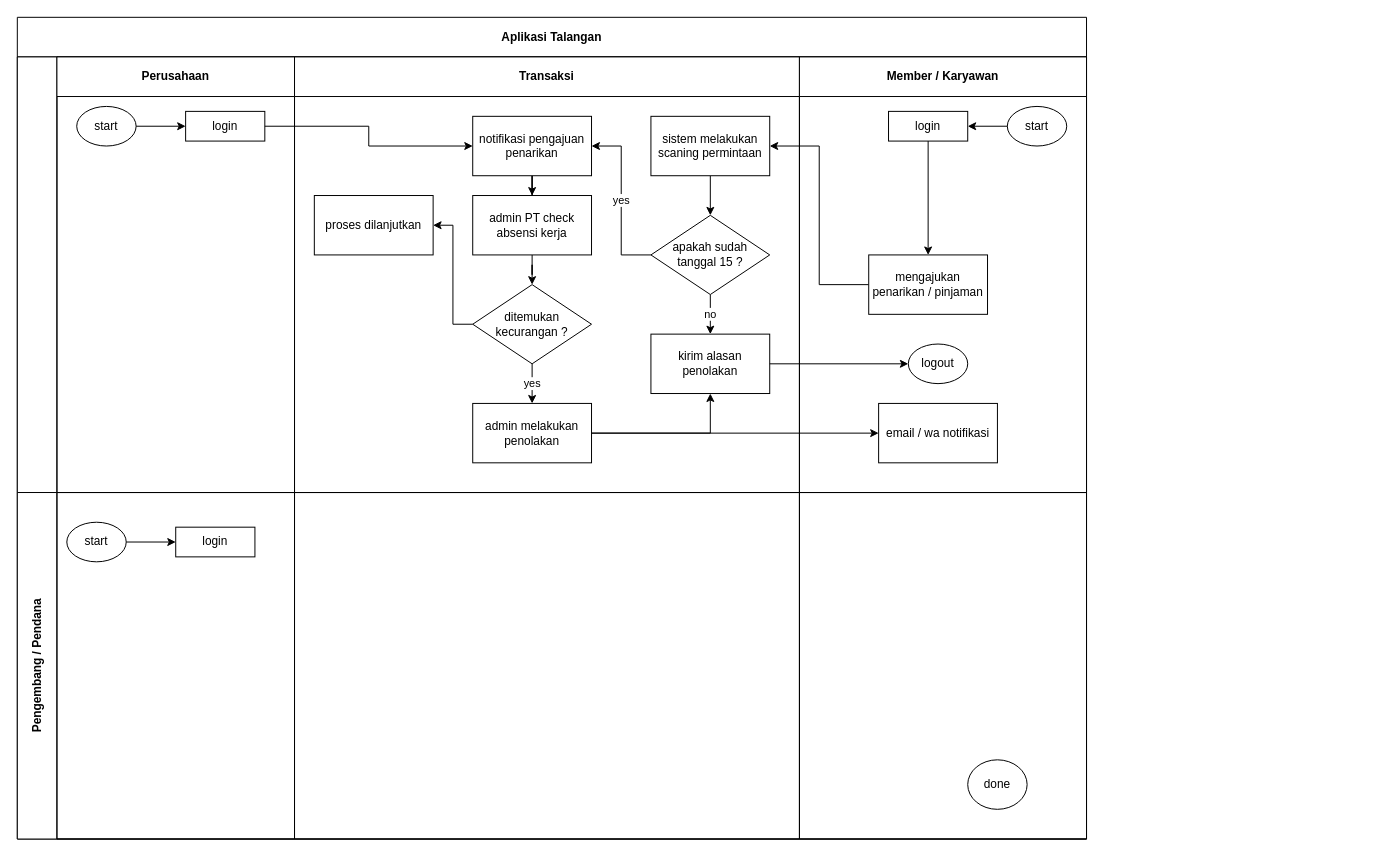
taufik22/LARAVEL-AIRPUTIH keeps this draw.io diagram as Transaksi Aplikasi Diagram.drawio. Above is the earlier version. Source tidied: cells renumbered, new cells numbered last; positions are measured from the earlier drawing's top-left corner, leaving out a move shared by most shapes. Both pictures are drawn from the tidied source at 99%, with x=0, y=0 at pixel (17, 17).
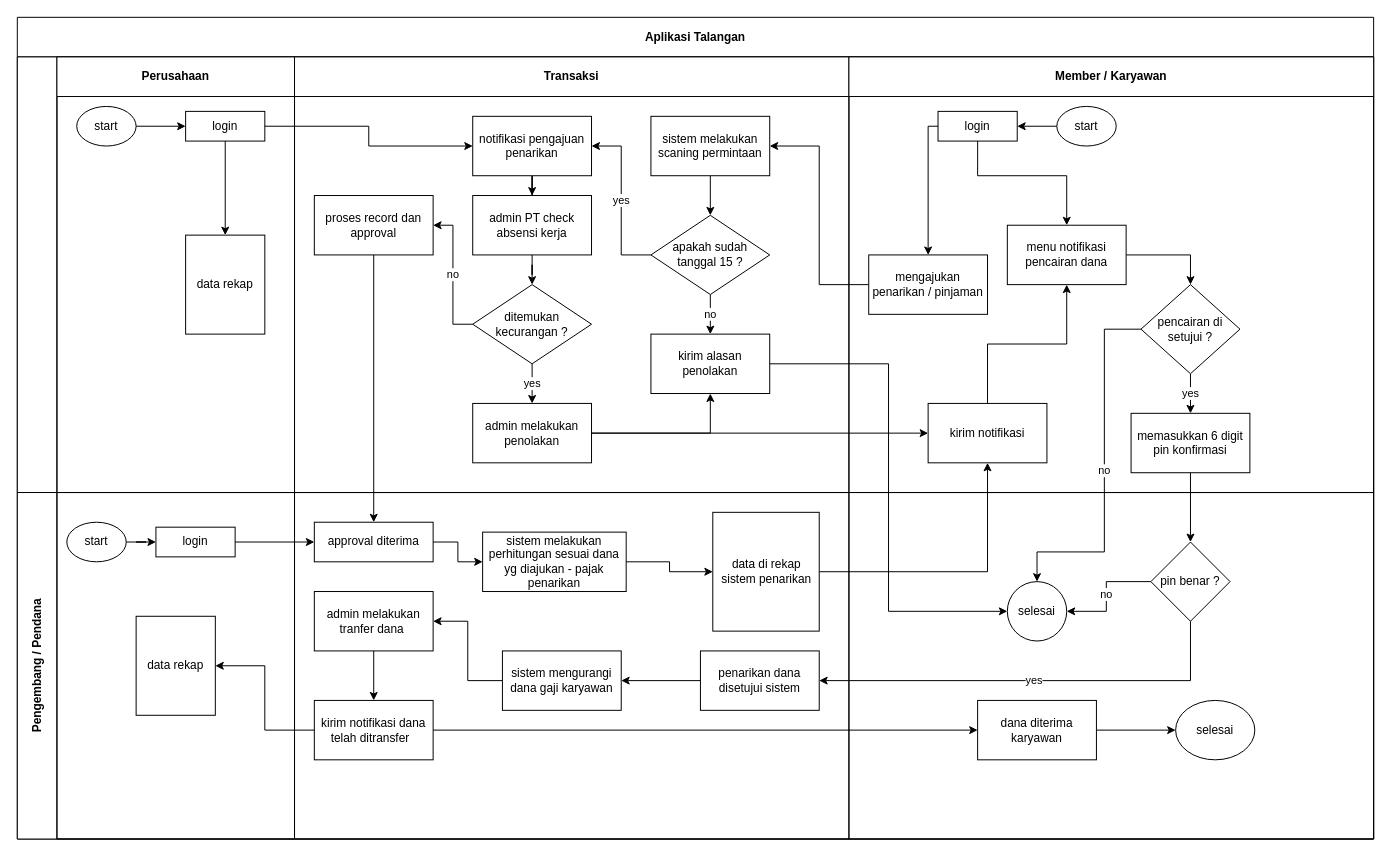
The same diagram, later.

The change refers to these unchanged cells:
```xml
<mxCell id="4" value="Perusahaan" style="swimlane;startSize=40;html=1;whiteSpace=wrap;" parent="3" vertex="1">
  <mxGeometry x="40" width="240" height="440" as="geometry" />
</mxCell>
<mxCell id="6" value="login" style="whiteSpace=wrap;html=1;" parent="4" vertex="1">
  <mxGeometry x="130" y="55" width="80" height="30" as="geometry" />
</mxCell>
<mxCell id="19" value="ditemukan kecurangan ?" style="rhombus;whiteSpace=wrap;html=1;" parent="8" vertex="1">
  <mxGeometry x="180" y="230" width="120" height="80" as="geometry" />
</mxCell>
<mxCell id="21" value="kirim alasan penolakan" style="whiteSpace=wrap;html=1;" parent="8" vertex="1">
  <mxGeometry x="360" y="280" width="120" height="60" as="geometry" />
</mxCell>
<mxCell id="27" value="login" style="whiteSpace=wrap;html=1;" parent="25" vertex="1">
  <mxGeometry x="90" y="55" width="80" height="30" as="geometry" />
</mxCell>
<mxCell id="35" style="swimlane;startSize=0;html=1;whiteSpace=wrap;" parent="34" vertex="1">
  <mxGeometry x="40" width="240" height="350" as="geometry" />
</mxCell>
<mxCell id="43" value="mengajukan penarikan / pinjaman" style="whiteSpace=wrap;html=1;" parent="1" vertex="1">
  <mxGeometry x="860" y="240" width="120" height="60" as="geometry" />
</mxCell>
```

Change to the diagram source:
```diff
@@
     <mxCell id="2" value="Aplikasi Talangan" style="shape=table;childLayout=tableLayout;rowLines=0;columnLines=0;startSize=40;html=1;whiteSpace=wrap;fontStyle=1;" parent="1" vertex="1">
-      <mxGeometry width="1080" height="830" as="geometry" />
+      <mxGeometry width="1370" height="830" as="geometry" />
     </mxCell>
     <mxCell id="3" style="swimlane;horizontal=0;startSize=40;html=1;whiteSpace=wrap;" parent="2" vertex="1">
-      <mxGeometry y="40" width="1080" height="440" as="geometry" />
+      <mxGeometry y="40" width="1370" height="440" as="geometry" />
     </mxCell>
@@
+    <mxCell id="45" value="data rekap" style="whiteSpace=wrap;html=1;" parent="4" vertex="1">
+      <mxGeometry x="130" y="180" width="80" height="100" as="geometry" />
+    </mxCell>
+    <mxCell id="46" style="edgeStyle=orthogonalEdgeStyle;rounded=0;jettySize=auto;html=1;" parent="4" edge="1" source="6" target="45">
+      <mxGeometry relative="1" as="geometry" />
+    </mxCell>
     <mxCell id="8" value="Transaksi" style="swimlane;startSize=40;html=1;whiteSpace=wrap;" parent="3" vertex="1">
-      <mxGeometry x="280" width="510" height="440" as="geometry" />
+      <mxGeometry x="280" width="560" height="440" as="geometry" />
     </mxCell>
@@
-    <mxCell id="23" value="proses dilanjutkan" style="whiteSpace=wrap;html=1;" parent="8" vertex="1">
+    <mxCell id="23" value="proses record dan approval" style="whiteSpace=wrap;html=1;" parent="8" vertex="1">
       <mxGeometry x="20" y="140" width="120" height="60" as="geometry" />
     </mxCell>
-    <mxCell id="24" style="edgeStyle=orthogonalEdgeStyle;rounded=0;jettySize=auto;html=1;entryX=1;entryY=0.5;entryDx=0;entryDy=0;" parent="8" edge="1" source="19" target="23">
-      <mxGeometry relative="1" as="geometry" />
+    <mxCell id="24" value="no" style="edgeStyle=orthogonalEdgeStyle;rounded=0;jettySize=auto;html=1;entryX=1;entryY=0.5;entryDx=0;entryDy=0;" parent="8" edge="1" source="19" target="23">
+      <mxGeometry relative="1" as="geometry">
+        <Array as="points">
+          <mxPoint x="160" y="270" />
+          <mxPoint x="160" y="170" />
+        </Array>
+      </mxGeometry>
     </mxCell>
+    <mxCell id="47" style="edgeStyle=orthogonalEdgeStyle;rounded=0;orthogonalLoop=1;jettySize=auto;html=1;exitX=0.5;exitY=1;exitDx=0;exitDy=0;" parent="8" edge="1" source="23" target="23">
+      <mxGeometry relative="1" as="geometry" />
+    </mxCell>
     <mxCell id="25" value="Member / Karyawan" style="swimlane;startSize=40;html=1;whiteSpace=wrap;" parent="3" vertex="1">
-      <mxGeometry x="790" width="290" height="440" as="geometry" />
+      <mxGeometry x="840" width="530" height="440" as="geometry" />
     </mxCell>
@@
+    <mxCell id="48" style="edgeStyle=orthogonalEdgeStyle;rounded=0;jettySize=auto;html=1;entryX=0.5;entryY=0;entryDx=0;entryDy=0;" parent="25" edge="1" source="27" target="51">
+      <mxGeometry relative="1" as="geometry">
+        <Array as="points">
+          <mxPoint x="130" y="120" />
+          <mxPoint x="220" y="120" />
+        </Array>
+      </mxGeometry>
+    </mxCell>
@@
-    <mxCell id="29" value="logout" style="ellipse;whiteSpace=wrap;html=1;" parent="25" vertex="1">
-      <mxGeometry x="110" y="290" width="60" height="40" as="geometry" />
-    </mxCell>
+    <mxCell id="49" style="edgeStyle=orthogonalEdgeStyle;rounded=0;jettySize=auto;html=1;entryX=0.5;entryY=1;entryDx=0;entryDy=0;" parent="25" edge="1" source="30" target="51">
+      <mxGeometry relative="1" as="geometry" />
+    </mxCell>
-    <mxCell id="30" value="email / wa notifikasi" style="whiteSpace=wrap;html=1;" parent="25" vertex="1">
+    <mxCell id="30" value="kirim notifikasi" style="whiteSpace=wrap;html=1;" parent="25" vertex="1">
       <mxGeometry x="80" y="350" width="120" height="60" as="geometry" />
     </mxCell>
+    <mxCell id="50" style="edgeStyle=orthogonalEdgeStyle;rounded=0;jettySize=auto;html=1;entryX=0.5;entryY=0;entryDx=0;entryDy=0;" parent="25" edge="1" source="51" target="53">
+      <mxGeometry relative="1" as="geometry" />
+    </mxCell>
+    <mxCell id="51" value="menu notifikasi pencairan dana" style="whiteSpace=wrap;html=1;" parent="25" vertex="1">
+      <mxGeometry x="160" y="170" width="120" height="60" as="geometry" />
+    </mxCell>
+    <mxCell id="52" value="yes" style="edgeStyle=orthogonalEdgeStyle;rounded=0;jettySize=auto;html=1;entryX=0.5;entryY=0;entryDx=0;entryDy=0;" parent="25" edge="1" source="53" target="54">
+      <mxGeometry relative="1" as="geometry" />
+    </mxCell>
+    <mxCell id="53" value="pencairan di setujui ?" style="rhombus;whiteSpace=wrap;html=1;" parent="25" vertex="1">
+      <mxGeometry x="295" y="230" width="100" height="90" as="geometry" />
+    </mxCell>
+    <mxCell id="54" value="memasukkan 6 digit pin konfirmasi" style="whiteSpace=wrap;html=1;" parent="25" vertex="1">
+      <mxGeometry x="285" y="360" width="120" height="60" as="geometry" />
+    </mxCell>
@@
-    <mxCell id="32" style="edgeStyle=orthogonalEdgeStyle;rounded=0;jettySize=auto;html=1;entryX=0;entryY=0.5;entryDx=0;entryDy=0;" parent="3" edge="1" source="21" target="29">
-      <mxGeometry relative="1" as="geometry" />
-    </mxCell>
@@
     <mxCell id="34" value="Pengembang / Pendana" style="swimlane;horizontal=0;startSize=40;html=1;whiteSpace=wrap;" parent="2" vertex="1">
-      <mxGeometry y="480" width="1080" height="350" as="geometry" />
+      <mxGeometry y="480" width="1370" height="350" as="geometry" />
     </mxCell>
@@
     <mxCell id="38" value="login" style="whiteSpace=wrap;html=1;" parent="35" vertex="1">
-      <mxGeometry x="120" y="35" width="80" height="30" as="geometry" />
+      <mxGeometry x="100" y="35" width="80" height="30" as="geometry" />
     </mxCell>
+    <mxCell id="55" value="data rekap" style="whiteSpace=wrap;html=1;" parent="35" vertex="1">
+      <mxGeometry x="80" y="125" width="80" height="100" as="geometry" />
+    </mxCell>
     <mxCell id="39" style="swimlane;startSize=0;html=1;whiteSpace=wrap;" parent="34" vertex="1">
-      <mxGeometry x="280" width="510" height="350" as="geometry" />
+      <mxGeometry x="280" width="560" height="350" as="geometry" />
     </mxCell>
+    <mxCell id="56" value="approval diterima" style="whiteSpace=wrap;html=1;" parent="39" vertex="1">
+      <mxGeometry x="20" y="30" width="120" height="40" as="geometry" />
+    </mxCell>
+    <mxCell id="57" value="sistem melakukan perhitungan sesuai dana yg diajukan - pajak penarikan" style="whiteSpace=wrap;html=1;" parent="39" vertex="1">
+      <mxGeometry x="190" y="40" width="145" height="60" as="geometry" />
+    </mxCell>
+    <mxCell id="58" style="edgeStyle=orthogonalEdgeStyle;rounded=0;jettySize=auto;html=1;" parent="39" edge="1" source="56" target="57">
+      <mxGeometry relative="1" as="geometry" />
+    </mxCell>
+    <mxCell id="59" value="penarikan dana disetujui sistem" style="whiteSpace=wrap;html=1;" parent="39" vertex="1">
+      <mxGeometry x="410" y="160" width="120" height="60" as="geometry" />
+    </mxCell>
+    <mxCell id="60" value="kirim notifikasi dana telah ditransfer&amp;nbsp;&amp;nbsp;" style="whiteSpace=wrap;html=1;" parent="39" vertex="1">
+      <mxGeometry x="20" y="210" width="120" height="60" as="geometry" />
+    </mxCell>
+    <mxCell id="61" value="admin melakukan tranfer dana&amp;nbsp;" style="whiteSpace=wrap;html=1;" parent="39" vertex="1">
+      <mxGeometry x="20" y="100" width="120" height="60" as="geometry" />
+    </mxCell>
+    <mxCell id="62" style="edgeStyle=orthogonalEdgeStyle;rounded=0;jettySize=auto;html=1;" parent="39" edge="1" source="61" target="60">
+      <mxGeometry relative="1" as="geometry" />
+    </mxCell>
     <mxCell id="40" style="swimlane;startSize=0;html=1;whiteSpace=wrap;" parent="34" vertex="1">
-      <mxGeometry x="790" width="290" height="350" as="geometry" />
+      <mxGeometry x="840" width="530" height="350" as="geometry" />
     </mxCell>
-    <mxCell id="41" value="done" style="ellipse;whiteSpace=wrap;html=1;" parent="40" vertex="1">
-      <mxGeometry x="170" y="270" width="60" height="50" as="geometry" />
-    </mxCell>
+    <mxCell id="29" value="selesai" style="ellipse;whiteSpace=wrap;html=1;" parent="40" vertex="1">
+      <mxGeometry x="160" y="90" width="60" height="60" as="geometry" />
+    </mxCell>
+    <mxCell id="63" value="no" style="edgeStyle=orthogonalEdgeStyle;rounded=0;jettySize=auto;html=1;entryX=1;entryY=0.5;entryDx=0;entryDy=0;" parent="40" edge="1" source="64" target="29">
+      <mxGeometry relative="1" as="geometry">
+        <Array as="points">
+          <mxPoint x="260" y="90" />
+          <mxPoint x="260" y="120" />
+        </Array>
+      </mxGeometry>
+    </mxCell>
+    <mxCell id="64" value="pin benar ?" style="rhombus;whiteSpace=wrap;html=1;" parent="40" vertex="1">
+      <mxGeometry x="305" y="50" width="80" height="80" as="geometry" />
+    </mxCell>
+    <mxCell id="65" value="dana diterima karyawan" style="whiteSpace=wrap;html=1;" parent="40" vertex="1">
+      <mxGeometry x="130" y="210" width="120" height="60" as="geometry" />
+    </mxCell>
+    <mxCell id="66" style="edgeStyle=orthogonalEdgeStyle;rounded=0;jettySize=auto;html=1;entryX=0;entryY=0.5;entryDx=0;entryDy=0;" parent="34" edge="1" source="38" target="56">
+      <mxGeometry relative="1" as="geometry" />
+    </mxCell>
+    <mxCell id="67" value="yes" style="edgeStyle=orthogonalEdgeStyle;rounded=0;jettySize=auto;html=1;entryX=1;entryY=0.5;entryDx=0;entryDy=0;" parent="34" edge="1" source="64" target="59">
+      <mxGeometry relative="1" as="geometry">
+        <Array as="points">
+          <mxPoint x="1185" y="190" />
+        </Array>
+      </mxGeometry>
+    </mxCell>
+    <mxCell id="68" style="edgeStyle=orthogonalEdgeStyle;rounded=0;jettySize=auto;html=1;" parent="34" edge="1" source="60" target="65">
+      <mxGeometry relative="1" as="geometry" />
+    </mxCell>
+    <mxCell id="69" style="edgeStyle=orthogonalEdgeStyle;rounded=0;jettySize=auto;html=1;" parent="34" edge="1" source="60" target="55">
+      <mxGeometry relative="1" as="geometry" />
+    </mxCell>
+    <mxCell id="70" style="edgeStyle=orthogonalEdgeStyle;rounded=0;jettySize=auto;html=1;entryX=0.5;entryY=0;entryDx=0;entryDy=0;" parent="2" edge="1" source="23" target="56">
+      <mxGeometry relative="1" as="geometry" />
+    </mxCell>
+    <mxCell id="32" style="edgeStyle=orthogonalEdgeStyle;rounded=0;jettySize=auto;html=1;entryX=0;entryY=0.5;entryDx=0;entryDy=0;" parent="2" edge="1" source="21" target="29">
+      <mxGeometry relative="1" as="geometry" />
+    </mxCell>
+    <mxCell id="71" value="no" style="edgeStyle=orthogonalEdgeStyle;rounded=0;jettySize=auto;html=1;entryX=0.5;entryY=0;entryDx=0;entryDy=0;" parent="2" edge="1" source="53" target="29">
+      <mxGeometry relative="1" as="geometry">
+        <Array as="points">
+          <mxPoint x="1098" y="315" />
+          <mxPoint x="1098" y="540" />
+          <mxPoint x="1030" y="540" />
+        </Array>
+      </mxGeometry>
+    </mxCell>
+    <mxCell id="72" style="edgeStyle=orthogonalEdgeStyle;rounded=0;jettySize=auto;html=1;" parent="2" edge="1" source="54" target="64">
+      <mxGeometry relative="1" as="geometry" />
+    </mxCell>
@@
-    <mxCell id="44" style="edgeStyle=orthogonalEdgeStyle;rounded=0;jettySize=auto;html=1;" parent="1" edge="1" source="27" target="43">
-      <mxGeometry relative="1" as="geometry" />
+    <mxCell id="44" style="edgeStyle=orthogonalEdgeStyle;rounded=0;jettySize=auto;html=1;exitX=0;exitY=0.5;exitDx=0;exitDy=0;" parent="1" edge="1" source="27" target="43">
+      <mxGeometry relative="1" as="geometry">
+        <Array as="points">
+          <mxPoint x="920" y="110" />
+        </Array>
+      </mxGeometry>
     </mxCell>
+    <mxCell id="73" style="edgeStyle=orthogonalEdgeStyle;rounded=0;jettySize=auto;html=1;entryX=0.5;entryY=1;entryDx=0;entryDy=0;" parent="1" edge="1" source="74" target="30">
+      <mxGeometry relative="1" as="geometry" />
+    </mxCell>
+    <mxCell id="74" value="data di rekap sistem penarikan" style="whiteSpace=wrap;html=1;" parent="1" vertex="1">
+      <mxGeometry x="702.5" y="500" width="107.5" height="120" as="geometry" />
+    </mxCell>
+    <mxCell id="75" style="edgeStyle=orthogonalEdgeStyle;rounded=0;jettySize=auto;html=1;" parent="1" edge="1" source="57" target="74">
+      <mxGeometry relative="1" as="geometry" />
+    </mxCell>
+    <mxCell id="76" style="edgeStyle=orthogonalEdgeStyle;rounded=0;jettySize=auto;html=1;" parent="1" edge="1" source="77" target="61">
+      <mxGeometry relative="1" as="geometry" />
+    </mxCell>
+    <mxCell id="77" value="sistem mengurangi dana gaji karyawan" style="whiteSpace=wrap;html=1;" parent="1" vertex="1">
+      <mxGeometry x="490" y="640" width="120" height="60" as="geometry" />
+    </mxCell>
+    <mxCell id="78" style="edgeStyle=orthogonalEdgeStyle;rounded=0;jettySize=auto;html=1;" parent="1" edge="1" source="59" target="77">
+      <mxGeometry relative="1" as="geometry" />
+    </mxCell>
+    <mxCell id="79" value="selesai" style="ellipse;whiteSpace=wrap;html=1;" parent="1" vertex="1">
+      <mxGeometry x="1170" y="690" width="80" height="60" as="geometry" />
+    </mxCell>
+    <mxCell id="80" style="edgeStyle=orthogonalEdgeStyle;rounded=0;jettySize=auto;html=1;" parent="1" edge="1" source="65" target="79">
+      <mxGeometry relative="1" as="geometry" />
+    </mxCell>
```
